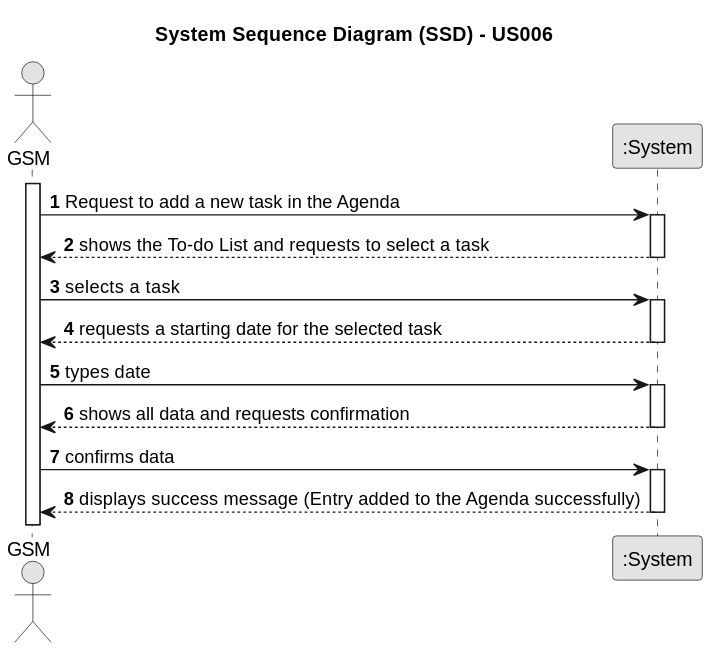
Before: docs/sprintC/us022/01.requirements-engineering/svg/us022-system-sequence-diagram-alternative-one.svg, a diagram exported from PlantUML (ricardomm7/leaflink).
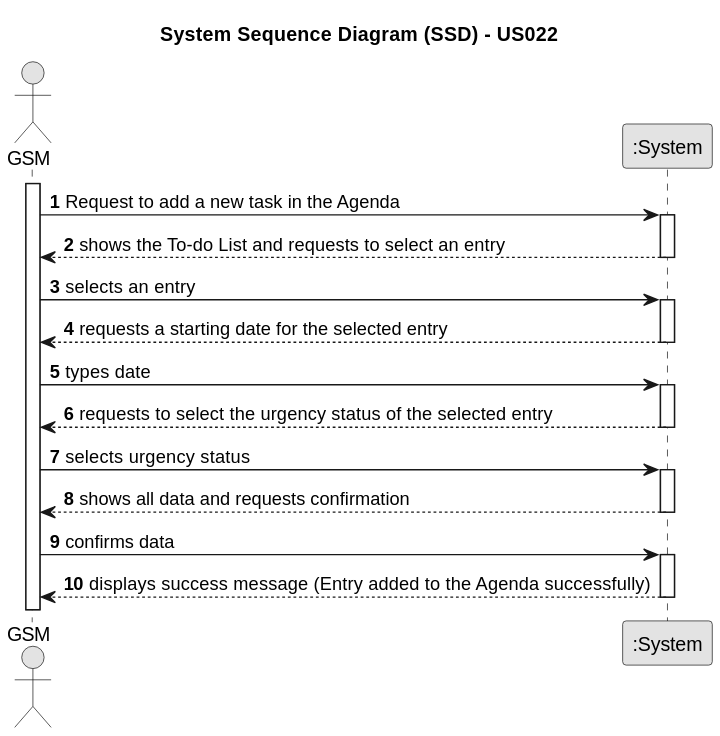
After the commit.

Diff of the diagram source:
```diff
@@ -3,7 +3,7 @@
 skinparam packageStyle rectangle
 skinparam shadowing false
 
-title System Sequence Diagram (SSD) - US006
+title System Sequence Diagram (SSD) - US022
 
 autonumber
 
@@ -15,17 +15,24 @@
     GSM -> System : Request to add a new task in the Agenda
     activate System
 
-        System --> GSM : shows the To-do List and requests to select a task
+        System --> GSM : shows the To-do List and requests to select an entry
     deactivate System
 
-    GSM -> System : selects a task
+    GSM -> System : selects an entry
 
     activate System
 
-        System --> GSM : requests a starting date for the selected task
+        System --> GSM : requests a starting date for the selected entry
     deactivate System
 
     GSM -> System : types date
+
+    activate System
+
+        System --> GSM : requests to select the urgency status of the selected entry
+    deactivate System
+
+    GSM -> System : selects urgency status
 
     activate System
 
```
